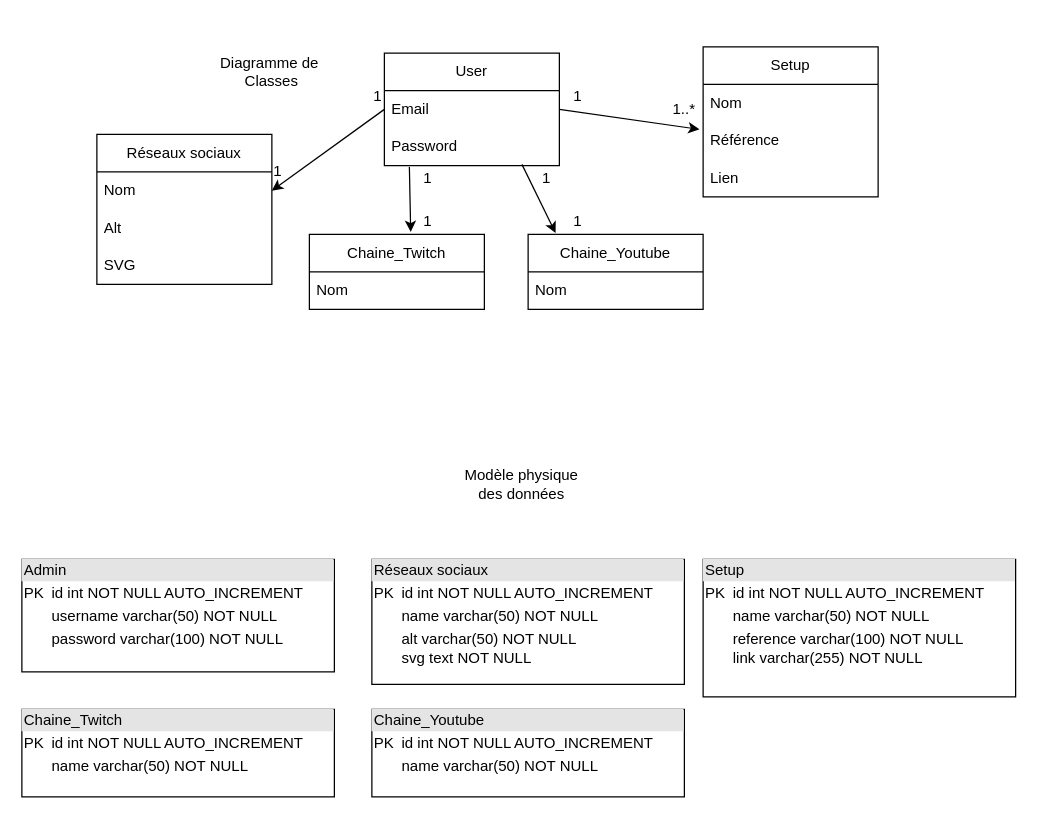
This is _Projet/Diagramme_classe_Papywilly.drawio from Akirakaz/PapyWilly, a draw.io file, before an edit. Source tidied: cells renumbered, new cells numbered last; positions are measured from the earlier drawing's top-left corner, leaving out a move shared by most shapes. Both pictures are drawn from the tidied source at 125%, with x=0, y=0 at pixel (21, 34).
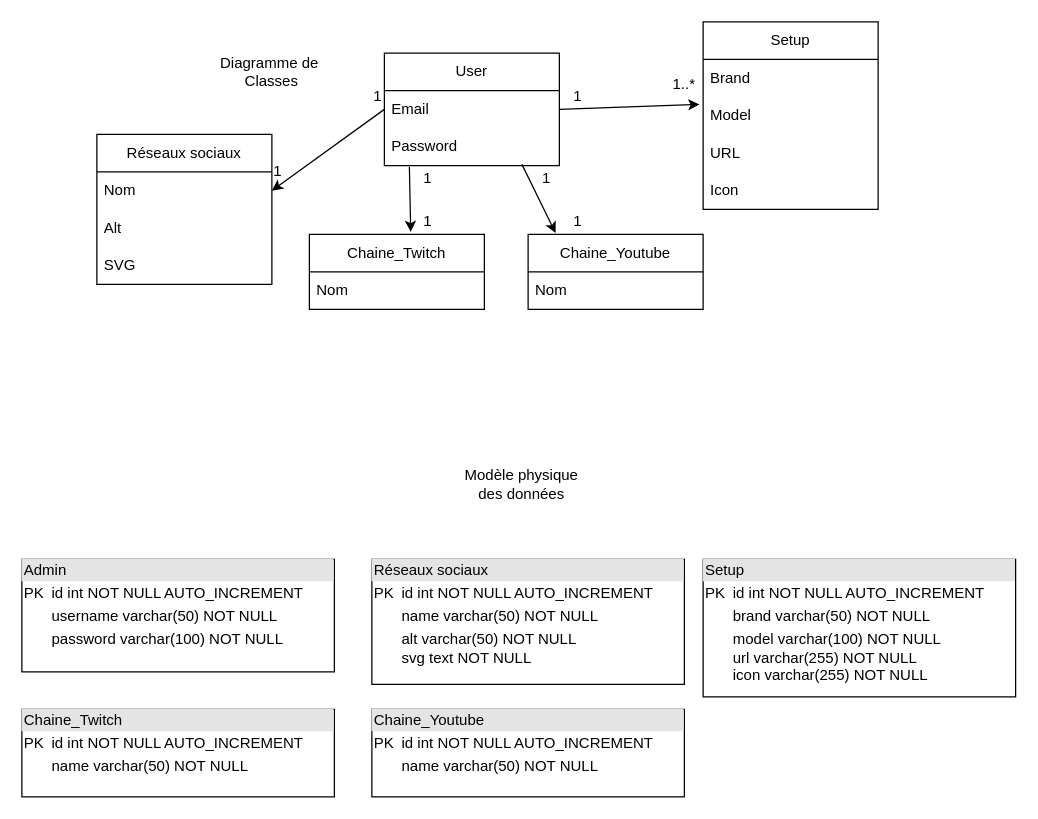
The same diagram, later.

Commit message:
Update : diagramme classe

What changed in the source:
```diff
@@
     <mxCell id="5" value="Setup" style="swimlane;fontStyle=0;horizontal=1;startSize=30;whiteSpace=wrap;html=1;" parent="1" vertex="1">
-      <mxGeometry x="545" y="10" width="140" height="120" as="geometry" />
+      <mxGeometry x="545" y="-10" width="140" height="150" as="geometry" />
     </mxCell>
-    <mxCell id="6" value="Nom" style="text;strokeColor=none;fillColor=none;align=left;verticalAlign=middle;spacingLeft=4;spacingRight=4;overflow=hidden;whiteSpace=wrap;html=1;" parent="5" vertex="1">
+    <mxCell id="6" value="Brand" style="text;strokeColor=none;fillColor=none;align=left;verticalAlign=middle;spacingLeft=4;spacingRight=4;overflow=hidden;whiteSpace=wrap;html=1;" parent="5" vertex="1">
       <mxGeometry y="30" width="140" height="30" as="geometry" />
     </mxCell>
-    <mxCell id="7" value="Référence" style="text;strokeColor=none;fillColor=none;align=left;verticalAlign=middle;spacingLeft=4;spacingRight=4;overflow=hidden;points=[[0,0.5],[1,0.5]];portConstraint=eastwest;whiteSpace=wrap;html=1;" parent="5" vertex="1">
+    <mxCell id="7" value="Model" style="text;strokeColor=none;fillColor=none;align=left;verticalAlign=middle;spacingLeft=4;spacingRight=4;overflow=hidden;points=[[0,0.5],[1,0.5]];portConstraint=eastwest;whiteSpace=wrap;html=1;" parent="5" vertex="1">
       <mxGeometry y="60" width="140" height="30" as="geometry" />
     </mxCell>
+    <mxCell id="36" value="URL" style="text;strokeColor=none;fillColor=none;align=left;verticalAlign=middle;spacingLeft=4;spacingRight=4;overflow=hidden;whiteSpace=wrap;html=1;" parent="5" vertex="1">
+      <mxGeometry y="90" width="140" height="30" as="geometry" />
+    </mxCell>
-    <mxCell id="8" value="Lien" style="text;strokeColor=none;fillColor=none;align=left;verticalAlign=middle;spacingLeft=4;spacingRight=4;overflow=hidden;whiteSpace=wrap;html=1;" parent="5" vertex="1">
-      <mxGeometry y="90" width="140" height="30" as="geometry" />
+    <mxCell id="8" value="Icon" style="text;strokeColor=none;fillColor=none;align=left;verticalAlign=middle;spacingLeft=4;spacingRight=4;overflow=hidden;whiteSpace=wrap;html=1;" parent="5" vertex="1">
+      <mxGeometry y="120" width="140" height="30" as="geometry" />
     </mxCell>
@@
     <mxCell id="11" value="1..*" style="text;html=1;strokeColor=none;fillColor=none;align=center;verticalAlign=middle;whiteSpace=wrap;rounded=0;" parent="1" vertex="1">
-      <mxGeometry x="515" y="50" width="30" height="20" as="geometry" />
+      <mxGeometry x="515" y="30" width="30" height="20" as="geometry" />
     </mxCell>
@@
-    <mxCell id="13" value="&lt;div style=&quot;box-sizing:border-box;width:100%;background:#e4e4e4;padding:2px;&quot;&gt;Setup&lt;/div&gt;&lt;table style=&quot;width:100%;font-size:1em;&quot; cellpadding=&quot;2&quot; cellspacing=&quot;0&quot;&gt;&lt;tbody&gt;&lt;tr&gt;&lt;td&gt;PK&lt;/td&gt;&lt;td&gt;id int NOT NULL AUTO_INCREMENT&lt;/td&gt;&lt;/tr&gt;&lt;tr&gt;&lt;td&gt;&lt;br&gt;&lt;/td&gt;&lt;td&gt;name varchar(50) NOT NULL&lt;/td&gt;&lt;/tr&gt;&lt;tr&gt;&lt;td&gt;&lt;/td&gt;&lt;td&gt;reference varchar(100) NOT NULL&lt;br&gt;link varchar(255) NOT NULL&lt;/td&gt;&lt;/tr&gt;&lt;/tbody&gt;&lt;/table&gt;" style="verticalAlign=top;align=left;overflow=fill;html=1;whiteSpace=wrap;" parent="1" vertex="1">
+    <mxCell id="13" value="&lt;div style=&quot;box-sizing:border-box;width:100%;background:#e4e4e4;padding:2px;&quot;&gt;Setup&lt;/div&gt;&lt;table style=&quot;width:100%;font-size:1em;&quot; cellpadding=&quot;2&quot; cellspacing=&quot;0&quot;&gt;&lt;tbody&gt;&lt;tr&gt;&lt;td&gt;PK&lt;/td&gt;&lt;td&gt;id int NOT NULL AUTO_INCREMENT&lt;/td&gt;&lt;/tr&gt;&lt;tr&gt;&lt;td&gt;&lt;br&gt;&lt;/td&gt;&lt;td&gt;brand varchar(50) NOT NULL&lt;/td&gt;&lt;/tr&gt;&lt;tr&gt;&lt;td&gt;&lt;/td&gt;&lt;td&gt;model varchar(100) NOT NULL&lt;br&gt;url varchar(255) NOT NULL&lt;br&gt;icon varchar(255) NOT NULL&lt;/td&gt;&lt;/tr&gt;&lt;/tbody&gt;&lt;/table&gt;" style="verticalAlign=top;align=left;overflow=fill;html=1;whiteSpace=wrap;" parent="1" vertex="1">
       <mxGeometry x="545" y="420" width="250" height="110" as="geometry" />
     </mxCell>
```
